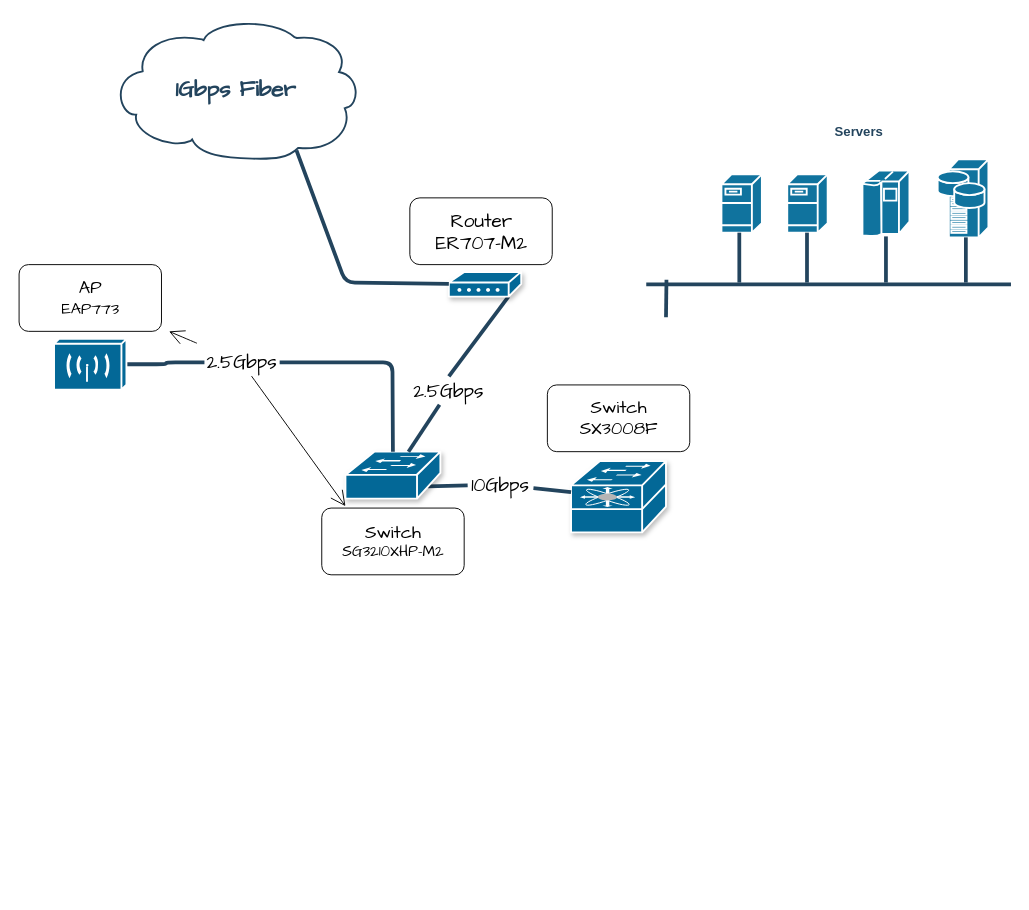
This is Homelab.drawio from TimJvandenBerg/homelab, a draw.io file, before an edit. Source tidied: cells renumbered, new cells numbered last; positions are measured from the earlier drawing's top-left corner, leaving out a move shared by most shapes. Both pictures are drawn from the tidied source at 94%, with x=0, y=0 at pixel (19, 17).
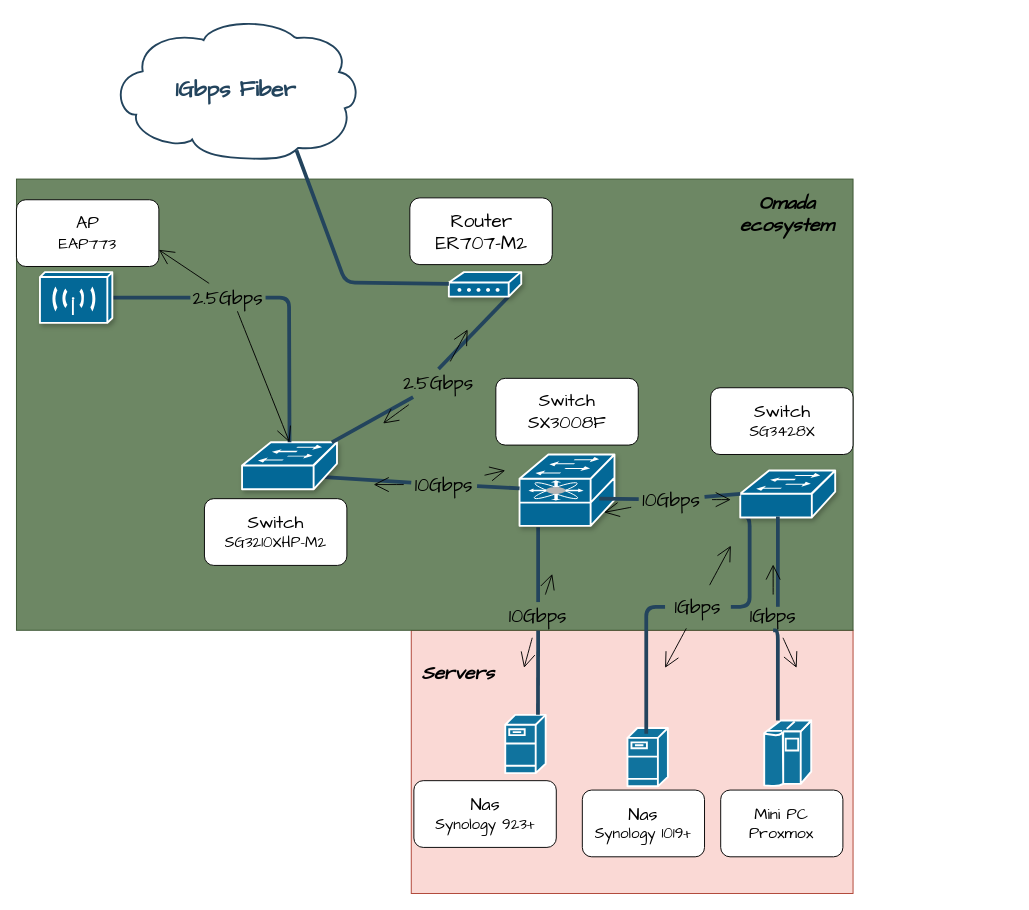
The same diagram, later.

The edit, as a diff of the source:
```diff
@@
+    <mxCell id="34" style="rounded=0;whiteSpace=wrap;html=1;fontFamily=Architects Daughter;fillColor=#fad9d5;strokeColor=#ae4132;" parent="1" vertex="1">
+      <mxGeometry x="417" y="652" width="470" height="280" as="geometry" />
+    </mxCell>
+    <mxCell id="35" style="rounded=0;whiteSpace=wrap;html=1;fontFamily=Architects Daughter;fillColor=#6d8764;fontColor=#ffffff;strokeColor=#3A5431;" parent="1" vertex="1">
+      <mxGeometry x="-3" y="172" width="890" height="480" as="geometry" />
+    </mxCell>
     <mxCell id="2" style="shape=mxgraph.cisco.servers.fileserver;html=1;dashed=0;fillColor=#10739E;strokeColor=#ffffff;strokeWidth=2;verticalLabelPosition=bottom;verticalAlign=top;fontFamily=Helvetica;fontSize=36;fontColor=#FFB366;" parent="1" vertex="1">
-      <mxGeometry x="747" y="167" width="43" height="62" as="geometry" />
+      <mxGeometry x="517" y="742" width="43" height="62" as="geometry" />
     </mxCell>
     <mxCell id="3" style="shape=mxgraph.cisco.servers.fileserver;html=1;dashed=0;fillColor=#10739E;strokeColor=#ffffff;strokeWidth=2;verticalLabelPosition=bottom;verticalAlign=top;fontFamily=Helvetica;fontSize=36;fontColor=#FFB366;" parent="1" vertex="1">
-      <mxGeometry x="817" y="167" width="43" height="62" as="geometry" />
+      <mxGeometry x="647" y="756" width="43" height="62" as="geometry" />
     </mxCell>
     <mxCell id="4" style="shape=mxgraph.cisco.computers_and_peripherals.ibm_mainframe;html=1;dashed=0;fillColor=#10739E;strokeColor=#ffffff;strokeWidth=2;verticalLabelPosition=bottom;verticalAlign=top;fontFamily=Helvetica;fontSize=36;fontColor=#FFB366;" parent="1" vertex="1">
-      <mxGeometry x="897" y="163" width="50" height="70" as="geometry" />
+      <mxGeometry x="792.5" y="748" width="50" height="70" as="geometry" />
     </mxCell>
-    <mxCell id="5" style="shape=mxgraph.cisco.servers.storage_server;html=1;dashed=0;fillColor=#10739E;strokeColor=#ffffff;strokeWidth=2;verticalLabelPosition=bottom;verticalAlign=top;fontFamily=Helvetica;fontSize=36;fontColor=#FFB366;" parent="1" vertex="1">
-      <mxGeometry x="977" y="151" width="54" height="83" as="geometry" />
-    </mxCell>
@@
-    <mxCell id="7" style="line;html=1;strokeColor=#23445D;" parent="1" vertex="1">
-      <mxGeometry x="667" y="279" width="388" height="10" as="geometry" />
-    </mxCell>
-    <mxCell id="8" style="edgeStyle=elbowEdgeStyle;elbow=horizontal;endArrow=none;html=1;strokeColor=#23445D;endFill=0;strokeWidth=4;rounded=1;" parent="1" edge="1" source="2">
-      <mxGeometry relative="1" as="geometry">
-        <mxPoint x="766.3" y="282.1" as="targetPoint" />
-      </mxGeometry>
+    <mxCell id="8" style="edgeStyle=elbowEdgeStyle;elbow=horizontal;endArrow=none;html=1;strokeColor=#23445D;endFill=0;strokeWidth=4;rounded=1;entryX=0.196;entryY=1.006;entryDx=0;entryDy=0;entryPerimeter=0;" parent="1" edge="1" source="50" target="20">
+      <mxGeometry relative="1" as="geometry" />
     </mxCell>
-    <mxCell id="9" style="edgeStyle=elbowEdgeStyle;elbow=horizontal;endArrow=none;html=1;strokeColor=#23445D;endFill=0;strokeWidth=4;rounded=1;" parent="1" edge="1" source="3">
+    <mxCell id="9" style="edgeStyle=elbowEdgeStyle;elbow=horizontal;endArrow=none;html=1;strokeColor=#23445D;endFill=0;strokeWidth=4;rounded=1;exitX=0;exitY=0.5;exitDx=0;exitDy=0;" parent="1" edge="1" source="54">
       <mxGeometry relative="1" as="geometry">
-        <mxPoint x="838.3" y="282.1" as="targetPoint" />
+        <mxPoint x="667" y="762" as="targetPoint" />
+        <Array as="points">
+          <mxPoint x="667" y="702" />
+        </Array>
       </mxGeometry>
     </mxCell>
-    <mxCell id="10" style="edgeStyle=elbowEdgeStyle;elbow=horizontal;endArrow=none;html=1;strokeColor=#23445D;endFill=0;strokeWidth=4;rounded=1;" parent="1" edge="1" source="4">
+    <mxCell id="10" style="edgeStyle=elbowEdgeStyle;elbow=horizontal;endArrow=none;html=1;strokeColor=#23445D;endFill=0;strokeWidth=4;rounded=1;entryX=0;entryY=0.98;entryDx=0;entryDy=0;entryPerimeter=0;exitX=1;exitY=0.5;exitDx=0;exitDy=0;" parent="1" edge="1" source="54" target="41">
       <mxGeometry relative="1" as="geometry">
-        <mxPoint x="922.3" y="282.1" as="targetPoint" />
+        <Array as="points">
+          <mxPoint x="777" y="572" />
+        </Array>
       </mxGeometry>
     </mxCell>
-    <mxCell id="11" style="edgeStyle=elbowEdgeStyle;elbow=horizontal;endArrow=none;html=1;strokeColor=#23445D;endFill=0;strokeWidth=4;rounded=1;" parent="1" edge="1" source="5">
-      <mxGeometry relative="1" as="geometry">
-        <mxPoint x="1007.3" y="282.1" as="targetPoint" />
-      </mxGeometry>
-    </mxCell>
-    <mxCell id="12" style="edgeStyle=elbowEdgeStyle;elbow=horizontal;endArrow=none;html=1;strokeColor=#23445D;endFill=0;strokeWidth=4;rounded=1;" parent="1" edge="1">
-      <mxGeometry relative="1" as="geometry">
-        <mxPoint x="688.5" y="279" as="sourcePoint" />
-        <mxPoint x="688" y="319" as="targetPoint" />
-      </mxGeometry>
-    </mxCell>
@@
     <mxCell id="14" style="elbow=horizontal;endArrow=none;html=1;strokeColor=#23445D;endFill=0;strokeWidth=4;rounded=1;exitX=0.5;exitY=0;exitDx=0;exitDy=0;exitPerimeter=0;" parent="1" edge="1" source="26">
       <mxGeometry relative="1" as="geometry">
         <mxPoint x="520.4" y="297" as="targetPoint" />
-        <Array as="points">
-          <mxPoint x="457" y="382" />
-        </Array>
       </mxGeometry>
     </mxCell>
@@
-    <mxCell id="16" value="&lt;div&gt;&lt;font color=&quot;#23445d&quot;&gt;Servers&lt;/font&gt;&lt;/div&gt;" style="rounded=1;whiteSpace=wrap;html=1;strokeColor=none;fillColor=none;fontSize=14;fontColor=#742B21;align=center;fontStyle=1;" parent="1" vertex="1">
-      <mxGeometry x="822" y="112" width="143" height="19" as="geometry" />
-    </mxCell>
@@
     <mxCell id="20" style="shape=mxgraph.cisco.switches.fibre_channel_fabric_switch;html=1;dashed=0;fillColor=#036897;strokeColor=#ffffff;strokeWidth=2;verticalLabelPosition=bottom;verticalAlign=top;align=center;outlineConnect=0;fontFamily=Architects Daughter;shadow=1;" parent="1" vertex="1">
-      <mxGeometry x="587" y="472" width="101" height="77" as="geometry" />
+      <mxGeometry x="532.2" y="465" width="101" height="77" as="geometry" />
     </mxCell>
     <mxCell id="21" value="&lt;div&gt;&lt;font style=&quot;font-size: 19px;&quot;&gt;Switch&lt;/font&gt;&lt;/div&gt;&lt;div&gt;&lt;font style=&quot;font-size: 19px;&quot;&gt;SX3008F&lt;/font&gt;&lt;/div&gt;" style="rounded=1;whiteSpace=wrap;html=1;fontFamily=Architects Daughter;arcSize=14;" parent="1" vertex="1">
-      <mxGeometry x="561.8" y="391" width="151.5" height="71" as="geometry" />
+      <mxGeometry x="507" y="384" width="151.5" height="71" as="geometry" />
     </mxCell>
     <mxCell id="22" style="shape=mxgraph.cisco.switches.workgroup_switch;sketch=0;html=1;dashed=0;fillColor=#036897;strokeColor=#ffffff;strokeWidth=2;verticalLabelPosition=bottom;verticalAlign=top;align=center;outlineConnect=0;fontFamily=Architects Daughter;shadow=1;" parent="1" vertex="1">
-      <mxGeometry x="347" y="462" width="101" height="50" as="geometry" />
+      <mxGeometry x="237" y="452" width="101" height="50" as="geometry" />
     </mxCell>
@@
+    <mxCell id="36" style="edgeStyle=none;curved=1;rounded=0;jettySize=auto;html=1;fontFamily=Architects Daughter;fontSize=16;startSize=14;endArrow=open;endSize=14;sourcePerimeterSpacing=8;targetPerimeterSpacing=8;" parent="1" edge="1" source="24">
+      <mxGeometry relative="1" as="geometry">
+        <mxPoint x="517" y="482" as="targetPoint" />
+      </mxGeometry>
+    </mxCell>
+    <mxCell id="37" style="edgeStyle=none;curved=1;rounded=0;jettySize=auto;html=1;fontFamily=Architects Daughter;fontSize=16;startSize=14;endArrow=open;endSize=14;sourcePerimeterSpacing=8;targetPerimeterSpacing=8;" parent="1" edge="1" source="24">
+      <mxGeometry relative="1" as="geometry">
+        <mxPoint x="377" y="497" as="targetPoint" />
+      </mxGeometry>
+    </mxCell>
     <mxCell id="24" value="&lt;div&gt;10Gbps&lt;/div&gt;" style="text;strokeColor=none;fillColor=none;html=1;align=center;verticalAlign=middle;whiteSpace=wrap;rounded=0;fontSize=20;fontFamily=Architects Daughter;" parent="1" vertex="1">
-      <mxGeometry x="477" y="482" width="70" height="30" as="geometry" />
+      <mxGeometry x="417" y="482" width="70" height="30" as="geometry" />
     </mxCell>
@@
+    <mxCell id="38" style="edgeStyle=none;curved=1;rounded=0;jettySize=auto;html=1;fontFamily=Architects Daughter;fontSize=16;startSize=14;endArrow=open;endSize=14;sourcePerimeterSpacing=8;targetPerimeterSpacing=8;" parent="1" edge="1" source="26">
+      <mxGeometry relative="1" as="geometry">
+        <mxPoint x="387" y="432" as="targetPoint" />
+      </mxGeometry>
+    </mxCell>
+    <mxCell id="39" style="edgeStyle=none;curved=1;rounded=0;jettySize=auto;html=1;fontFamily=Architects Daughter;fontSize=16;startSize=14;endArrow=open;endSize=14;sourcePerimeterSpacing=8;targetPerimeterSpacing=8;" parent="1" edge="1" source="26">
+      <mxGeometry relative="1" as="geometry">
+        <mxPoint x="477" y="332" as="targetPoint" />
+      </mxGeometry>
+    </mxCell>
     <mxCell id="26" value="2.5Gbps" style="text;strokeColor=none;fillColor=none;html=1;align=center;verticalAlign=middle;whiteSpace=wrap;rounded=0;fontSize=20;fontFamily=Architects Daughter;" parent="1" vertex="1">
-      <mxGeometry x="427" y="382" width="60" height="30" as="geometry" />
+      <mxGeometry x="416" y="374" width="60" height="30" as="geometry" />
     </mxCell>
     <mxCell id="27" value="&lt;div&gt;&lt;font style=&quot;font-size: 19px;&quot;&gt;Switch&lt;/font&gt;&lt;/div&gt;&lt;div&gt;&lt;font style=&quot;font-size: 16px;&quot;&gt;SG3210XHP-M2&lt;/font&gt;&lt;/div&gt;" style="rounded=1;whiteSpace=wrap;html=1;fontFamily=Architects Daughter;arcSize=14;" parent="1" vertex="1">
-      <mxGeometry x="321.8" y="522" width="151.5" height="71" as="geometry" />
+      <mxGeometry x="197" y="512" width="151.5" height="71" as="geometry" />
     </mxCell>
-    <mxCell id="28" style="shape=mxgraph.cisco.wireless.wireless_transport;sketch=0;html=1;dashed=0;fillColor=#036897;strokeColor=#ffffff;strokeWidth=2;verticalLabelPosition=bottom;verticalAlign=top;align=center;outlineConnect=0;fontFamily=Architects Daughter;" parent="1" vertex="1">
-      <mxGeometry x="37" y="342" width="77" height="54" as="geometry" />
+    <mxCell id="28" style="shape=mxgraph.cisco.wireless.wireless_transport;html=1;dashed=0;fillColor=#036897;strokeColor=#ffffff;strokeWidth=2;verticalLabelPosition=bottom;verticalAlign=top;align=center;outlineConnect=0;fontFamily=Architects Daughter;shadow=1;" parent="1" vertex="1">
+      <mxGeometry x="22" y="271" width="77" height="54" as="geometry" />
     </mxCell>
     <mxCell id="29" value="&lt;div&gt;&lt;font style=&quot;font-size: 19px;&quot;&gt;AP&lt;/font&gt;&lt;/div&gt;&lt;div&gt;&lt;font style=&quot;font-size: 17px;&quot;&gt;EAP773&lt;/font&gt;&lt;/div&gt;" style="rounded=1;whiteSpace=wrap;html=1;fontFamily=Architects Daughter;arcSize=14;" parent="1" vertex="1">
-      <mxGeometry x="-0.2" y="263" width="151.5" height="71" as="geometry" />
+      <mxGeometry x="-3" y="194" width="151.5" height="71" as="geometry" />
     </mxCell>
     <mxCell id="30" style="edgeStyle=elbowEdgeStyle;elbow=horizontal;endArrow=none;html=1;strokeColor=#23445D;endFill=0;strokeWidth=4;rounded=1;exitX=0.5;exitY=0;exitDx=0;exitDy=0;exitPerimeter=0;entryX=1;entryY=0.5;entryDx=0;entryDy=0;entryPerimeter=0;" parent="1" edge="1" source="22" target="33">
       <mxGeometry relative="1" as="geometry">
         <Array as="points">
-          <mxPoint x="397" y="412" />
+          <mxPoint x="287" y="372" />
         </Array>
       </mxGeometry>
     </mxCell>
-    <mxCell id="31" style="edgeStyle=none;curved=1;rounded=0;jettySize=auto;html=1;fontFamily=Architects Daughter;fontSize=16;startSize=14;endArrow=open;endSize=14;sourcePerimeterSpacing=8;targetPerimeterSpacing=8;exitX=0.625;exitY=0.983;exitDx=0;exitDy=0;exitPerimeter=0;" parent="1" edge="1" source="33">
-      <mxGeometry relative="1" as="geometry">
-        <mxPoint x="347" y="520" as="targetPoint" />
-      </mxGeometry>
+    <mxCell id="31" style="edgeStyle=none;curved=1;rounded=0;jettySize=auto;html=1;fontFamily=Architects Daughter;fontSize=16;startSize=14;endArrow=open;endSize=14;sourcePerimeterSpacing=8;targetPerimeterSpacing=8;exitX=0.625;exitY=0.983;exitDx=0;exitDy=0;exitPerimeter=0;entryX=0.5;entryY=0;entryDx=0;entryDy=0;entryPerimeter=0;" parent="1" edge="1" source="33" target="22">
+      <mxGeometry relative="1" as="geometry" />
     </mxCell>
-    <mxCell id="32" style="edgeStyle=none;curved=1;rounded=0;jettySize=auto;html=1;fontFamily=Architects Daughter;fontSize=16;startSize=14;endArrow=open;endSize=14;sourcePerimeterSpacing=8;targetPerimeterSpacing=8;" parent="1" edge="1" source="33" target="29">
+    <mxCell id="32" style="edgeStyle=none;curved=1;rounded=0;jettySize=auto;html=1;fontFamily=Architects Daughter;fontSize=16;startSize=14;endArrow=open;endSize=14;sourcePerimeterSpacing=8;targetPerimeterSpacing=8;entryX=1;entryY=0.75;entryDx=0;entryDy=0;exitX=0.25;exitY=0;exitDx=0;exitDy=0;" parent="1" edge="1" source="33" target="29">
       <mxGeometry relative="1" as="geometry" />
     </mxCell>
     <mxCell id="33" value="&lt;div&gt;2.5Gbps&lt;/div&gt;" style="text;strokeColor=none;fillColor=none;html=1;align=center;verticalAlign=middle;whiteSpace=wrap;rounded=0;fontSize=20;fontFamily=Architects Daughter;" parent="1" vertex="1">
-      <mxGeometry x="197" y="352" width="80" height="30" as="geometry" />
+      <mxGeometry x="182" y="283" width="80" height="30" as="geometry" />
     </mxCell>
+    <mxCell id="40" value="&lt;i&gt;&lt;b&gt;Omada ecosystem&lt;/b&gt;&lt;/i&gt;" style="text;strokeColor=none;fillColor=none;html=1;align=center;verticalAlign=middle;whiteSpace=wrap;rounded=0;fontSize=20;fontFamily=Architects Daughter;" parent="1" vertex="1">
+      <mxGeometry x="787" y="194" width="60" height="30" as="geometry" />
+    </mxCell>
+    <mxCell id="41" style="shape=mxgraph.cisco.switches.workgroup_switch;sketch=0;html=1;dashed=0;fillColor=#036897;strokeColor=#ffffff;strokeWidth=2;verticalLabelPosition=bottom;verticalAlign=top;align=center;outlineConnect=0;fontFamily=Architects Daughter;shadow=1;" parent="1" vertex="1">
+      <mxGeometry x="767" y="482" width="101" height="50" as="geometry" />
+    </mxCell>
+    <mxCell id="42" value="&lt;div&gt;&lt;font style=&quot;font-size: 19px;&quot;&gt;Switch&lt;/font&gt;&lt;/div&gt;&lt;div&gt;&lt;font style=&quot;font-size: 16px;&quot;&gt;SG3428X&lt;/font&gt;&lt;/div&gt;" style="rounded=1;whiteSpace=wrap;html=1;fontFamily=Architects Daughter;arcSize=14;" parent="1" vertex="1">
+      <mxGeometry x="735.5" y="394" width="151.5" height="71" as="geometry" />
+    </mxCell>
+    <mxCell id="43" style="elbow=horizontal;endArrow=none;html=1;strokeColor=#23445D;endFill=0;strokeWidth=4;rounded=1;" parent="1" edge="1" source="46">
+      <mxGeometry relative="1" as="geometry">
+        <mxPoint x="617" y="512" as="targetPoint" />
+      </mxGeometry>
+    </mxCell>
+    <mxCell id="44" style="elbow=horizontal;endArrow=none;html=1;strokeColor=#23445D;endFill=0;strokeWidth=4;rounded=1;exitX=0;exitY=0.5;exitDx=0;exitDy=0;exitPerimeter=0;" parent="1" edge="1" source="41" target="46">
+      <mxGeometry relative="1" as="geometry" />
+    </mxCell>
+    <mxCell id="45" style="edgeStyle=none;curved=1;rounded=0;jettySize=auto;html=1;fontFamily=Architects Daughter;fontSize=16;startSize=14;endArrow=open;endSize=14;sourcePerimeterSpacing=8;targetPerimeterSpacing=8;" parent="1" edge="1" source="46">
+      <mxGeometry relative="1" as="geometry">
+        <mxPoint x="757" y="513" as="targetPoint" />
+      </mxGeometry>
+    </mxCell>
+    <mxCell id="46" value="&lt;div&gt;10Gbps&lt;/div&gt;" style="text;strokeColor=none;fillColor=none;html=1;align=center;verticalAlign=middle;whiteSpace=wrap;rounded=0;fontSize=20;fontFamily=Architects Daughter;" parent="1" vertex="1">
+      <mxGeometry x="659" y="498" width="70" height="30" as="geometry" />
+    </mxCell>
+    <mxCell id="47" style="edgeStyle=elbowEdgeStyle;elbow=horizontal;endArrow=none;html=1;strokeColor=#23445D;endFill=0;strokeWidth=4;rounded=1;entryX=0.196;entryY=1.006;entryDx=0;entryDy=0;entryPerimeter=0;" parent="1" edge="1">
+      <mxGeometry relative="1" as="geometry">
+        <mxPoint x="551.8" y="742" as="sourcePoint" />
+        <mxPoint x="551.5" y="652.2" as="targetPoint" />
+      </mxGeometry>
+    </mxCell>
+    <mxCell id="48" style="edgeStyle=none;curved=1;rounded=0;jettySize=auto;html=1;fontFamily=Architects Daughter;fontSize=16;startSize=14;endArrow=open;endSize=14;sourcePerimeterSpacing=8;targetPerimeterSpacing=8;" parent="1" edge="1" source="50">
+      <mxGeometry relative="1" as="geometry">
+        <mxPoint x="567" y="592" as="targetPoint" />
+      </mxGeometry>
+    </mxCell>
+    <mxCell id="49" style="edgeStyle=none;curved=1;rounded=0;jettySize=auto;html=1;fontFamily=Architects Daughter;fontSize=16;startSize=14;endArrow=open;endSize=14;sourcePerimeterSpacing=8;targetPerimeterSpacing=8;" parent="1" edge="1" source="50">
+      <mxGeometry relative="1" as="geometry">
+        <mxPoint x="537" y="692" as="targetPoint" />
+      </mxGeometry>
+    </mxCell>
+    <mxCell id="50" value="&lt;div&gt;10Gbps&lt;/div&gt;" style="text;strokeColor=none;fillColor=none;html=1;align=center;verticalAlign=middle;whiteSpace=wrap;rounded=0;fontSize=20;fontFamily=Architects Daughter;" parent="1" vertex="1">
+      <mxGeometry x="517" y="622" width="70" height="30" as="geometry" />
+    </mxCell>
+    <mxCell id="51" style="edgeStyle=elbowEdgeStyle;elbow=horizontal;endArrow=none;html=1;strokeColor=#23445D;endFill=0;strokeWidth=4;rounded=1;" parent="1" edge="1">
+      <mxGeometry relative="1" as="geometry">
+        <mxPoint x="807" y="531" as="sourcePoint" />
+        <mxPoint x="807" y="627" as="targetPoint" />
+        <Array as="points">
+          <mxPoint x="807" y="562" />
+        </Array>
+      </mxGeometry>
+    </mxCell>
+    <mxCell id="52" style="edgeStyle=none;curved=1;rounded=0;jettySize=auto;html=1;fontFamily=Architects Daughter;fontSize=16;startSize=14;endArrow=open;endSize=14;sourcePerimeterSpacing=8;targetPerimeterSpacing=8;" parent="1" edge="1" source="54">
+      <mxGeometry relative="1" as="geometry">
+        <mxPoint x="757" y="562" as="targetPoint" />
+      </mxGeometry>
+    </mxCell>
+    <mxCell id="53" style="edgeStyle=none;curved=1;rounded=0;jettySize=auto;html=1;fontFamily=Architects Daughter;fontSize=16;startSize=14;endArrow=open;endSize=14;sourcePerimeterSpacing=8;targetPerimeterSpacing=8;" parent="1" edge="1" source="54">
+      <mxGeometry relative="1" as="geometry">
+        <mxPoint x="687" y="692" as="targetPoint" />
+      </mxGeometry>
+    </mxCell>
+    <mxCell id="54" value="&lt;div&gt;1Gbps&lt;/div&gt;" style="text;strokeColor=none;fillColor=none;html=1;align=center;verticalAlign=middle;whiteSpace=wrap;rounded=0;fontSize=20;fontFamily=Architects Daughter;" parent="1" vertex="1">
+      <mxGeometry x="687" y="612" width="70" height="30" as="geometry" />
+    </mxCell>
+    <mxCell id="55" style="edgeStyle=elbowEdgeStyle;elbow=horizontal;endArrow=none;html=1;strokeColor=#23445D;endFill=0;strokeWidth=4;rounded=1;entryX=0.5;entryY=1;entryDx=0;entryDy=0;" parent="1" edge="1" source="4" target="58">
+      <mxGeometry relative="1" as="geometry">
+        <Array as="points">
+          <mxPoint x="807" y="662" />
+        </Array>
+      </mxGeometry>
+    </mxCell>
+    <mxCell id="56" style="edgeStyle=none;curved=1;rounded=0;jettySize=auto;html=1;fontFamily=Architects Daughter;fontSize=16;startSize=14;endArrow=open;endSize=14;sourcePerimeterSpacing=8;targetPerimeterSpacing=8;" parent="1" edge="1" source="58">
+      <mxGeometry relative="1" as="geometry">
+        <mxPoint x="827" y="692" as="targetPoint" />
+      </mxGeometry>
+    </mxCell>
+    <mxCell id="57" style="edgeStyle=none;curved=1;rounded=0;jettySize=auto;html=1;fontFamily=Architects Daughter;fontSize=16;startSize=14;endArrow=open;endSize=14;sourcePerimeterSpacing=8;targetPerimeterSpacing=8;" parent="1" edge="1" source="58">
+      <mxGeometry relative="1" as="geometry">
+        <mxPoint x="802" y="582" as="targetPoint" />
+      </mxGeometry>
+    </mxCell>
+    <mxCell id="58" value="&lt;div&gt;1Gbps&lt;/div&gt;" style="text;strokeColor=none;fillColor=none;html=1;align=center;verticalAlign=middle;whiteSpace=wrap;rounded=0;fontSize=20;fontFamily=Architects Daughter;" parent="1" vertex="1">
+      <mxGeometry x="767" y="622" width="70" height="30" as="geometry" />
+    </mxCell>
+    <mxCell id="59" style="edgeStyle=none;curved=1;rounded=0;jettySize=auto;html=1;entryX=0.89;entryY=0.8;entryDx=0;entryDy=0;entryPerimeter=0;fontFamily=Architects Daughter;fontSize=16;startSize=14;endArrow=open;endSize=14;sourcePerimeterSpacing=8;targetPerimeterSpacing=8;" parent="1" edge="1" source="46" target="20">
+      <mxGeometry relative="1" as="geometry" />
+    </mxCell>
+    <mxCell id="60" value="&lt;div&gt;&lt;font style=&quot;font-size: 19px;&quot;&gt;Nas&lt;/font&gt;&lt;/div&gt;&lt;div&gt;&lt;font style=&quot;font-size: 16px;&quot;&gt;Synology 923+&lt;/font&gt;&lt;/div&gt;" style="rounded=1;whiteSpace=wrap;html=1;fontFamily=Architects Daughter;arcSize=14;" parent="1" vertex="1">
+      <mxGeometry x="419.8" y="812" width="151.5" height="71" as="geometry" />
+    </mxCell>
+    <mxCell id="61" value="&lt;div&gt;&lt;font style=&quot;font-size: 19px;&quot;&gt;Nas&lt;/font&gt;&lt;/div&gt;&lt;div&gt;&lt;font style=&quot;font-size: 16px;&quot;&gt;Synology 1019+&lt;/font&gt;&lt;/div&gt;" style="rounded=1;whiteSpace=wrap;html=1;fontFamily=Architects Daughter;arcSize=14;" parent="1" vertex="1">
+      <mxGeometry x="599" y="822" width="130" height="71" as="geometry" />
+    </mxCell>
+    <mxCell id="16" value="&lt;div&gt;&lt;i&gt;&lt;b&gt;Servers&lt;/b&gt;&lt;/i&gt;&lt;/div&gt;" style="text;strokeColor=none;fillColor=none;html=1;align=center;verticalAlign=middle;whiteSpace=wrap;rounded=0;fontSize=20;fontFamily=Architects Daughter;" parent="1" vertex="1">
+      <mxGeometry x="437" y="682" width="60" height="30" as="geometry" />
+    </mxCell>
+    <mxCell id="62" value="&lt;div&gt;&lt;font style=&quot;font-size: 17px;&quot;&gt;Mini PC&lt;/font&gt;&lt;/div&gt;&lt;div&gt;&lt;font style=&quot;font-size: 17px;&quot;&gt;Proxmox&lt;/font&gt;&lt;/div&gt;" style="rounded=1;whiteSpace=wrap;html=1;fontFamily=Architects Daughter;arcSize=14;" parent="1" vertex="1">
+      <mxGeometry x="746.2" y="822" width="130" height="71" as="geometry" />
+    </mxCell>
```
